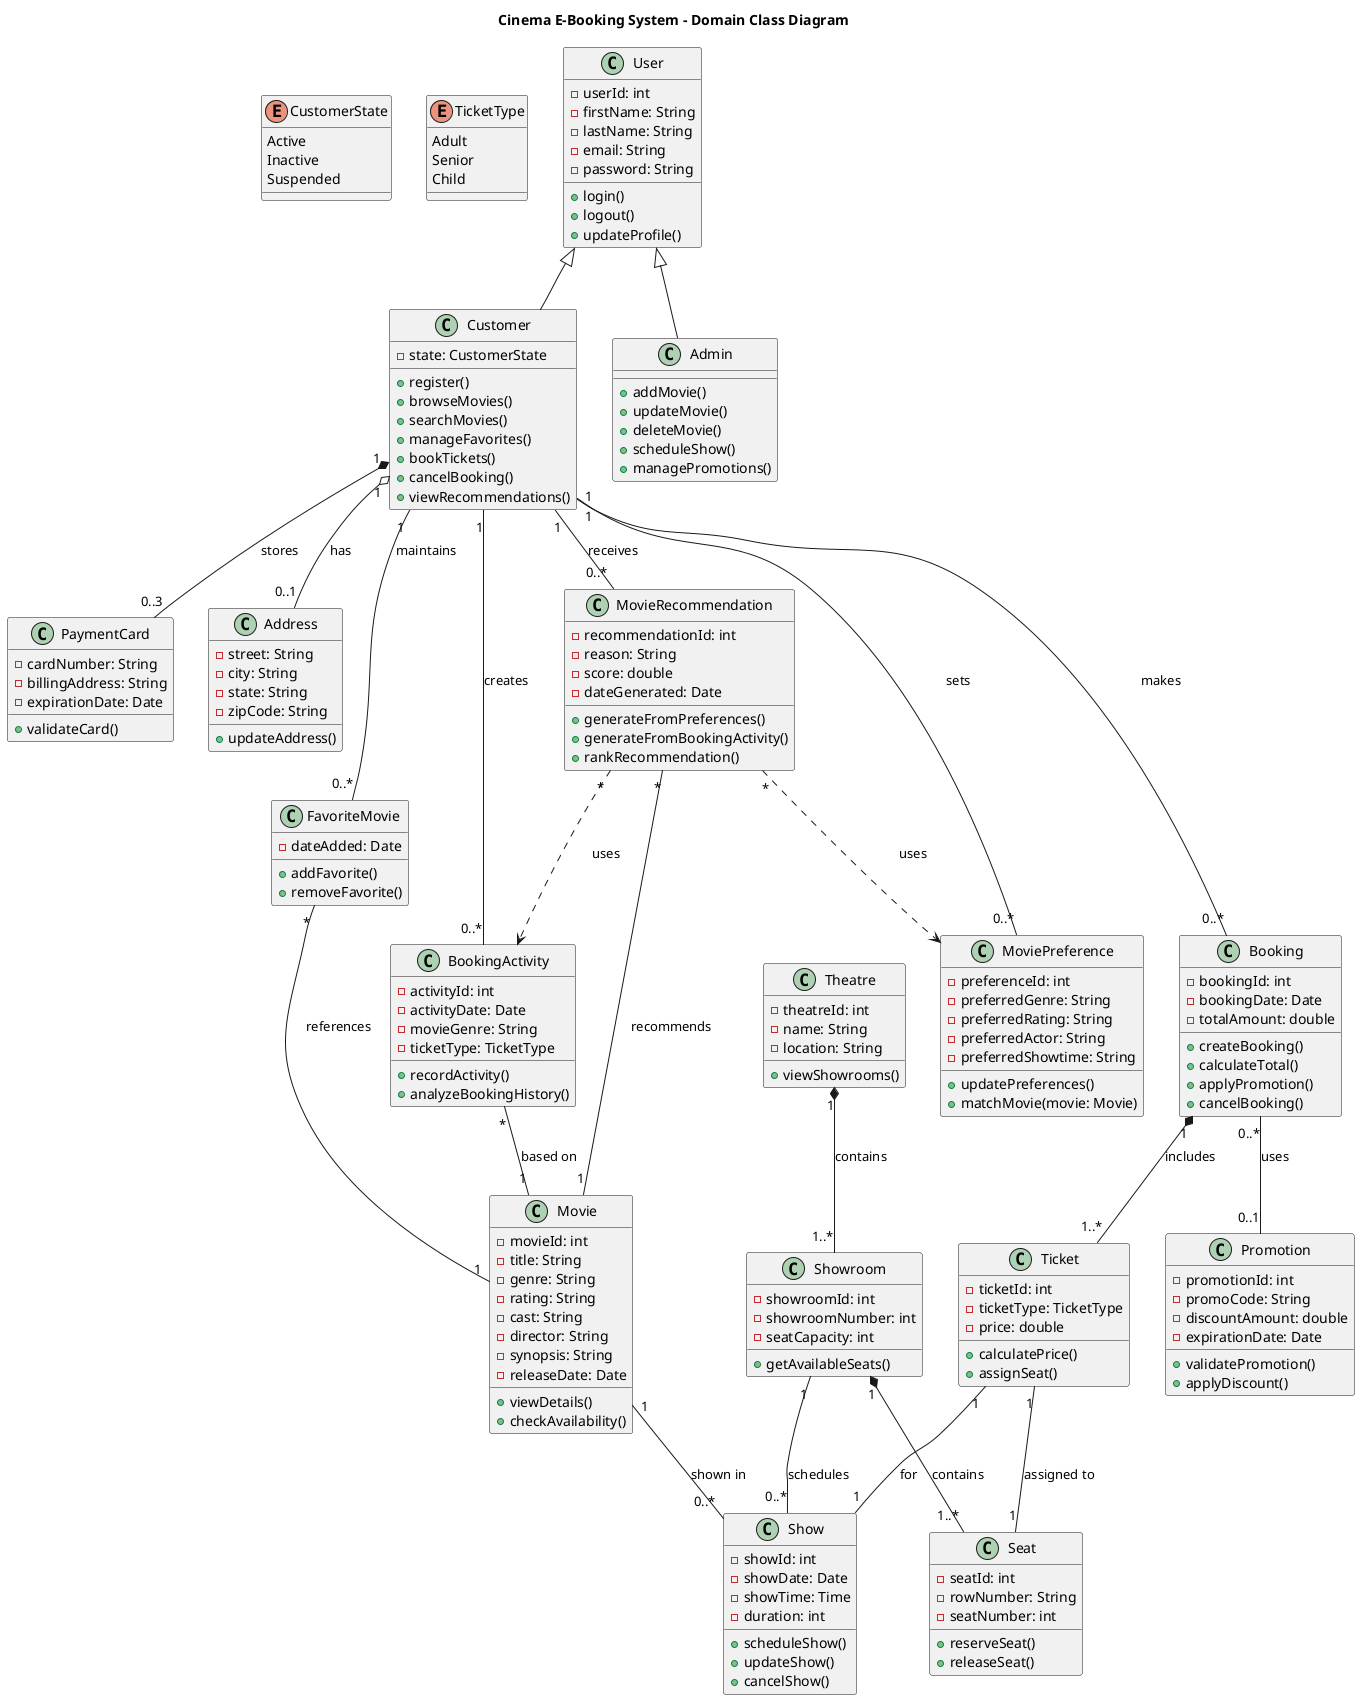
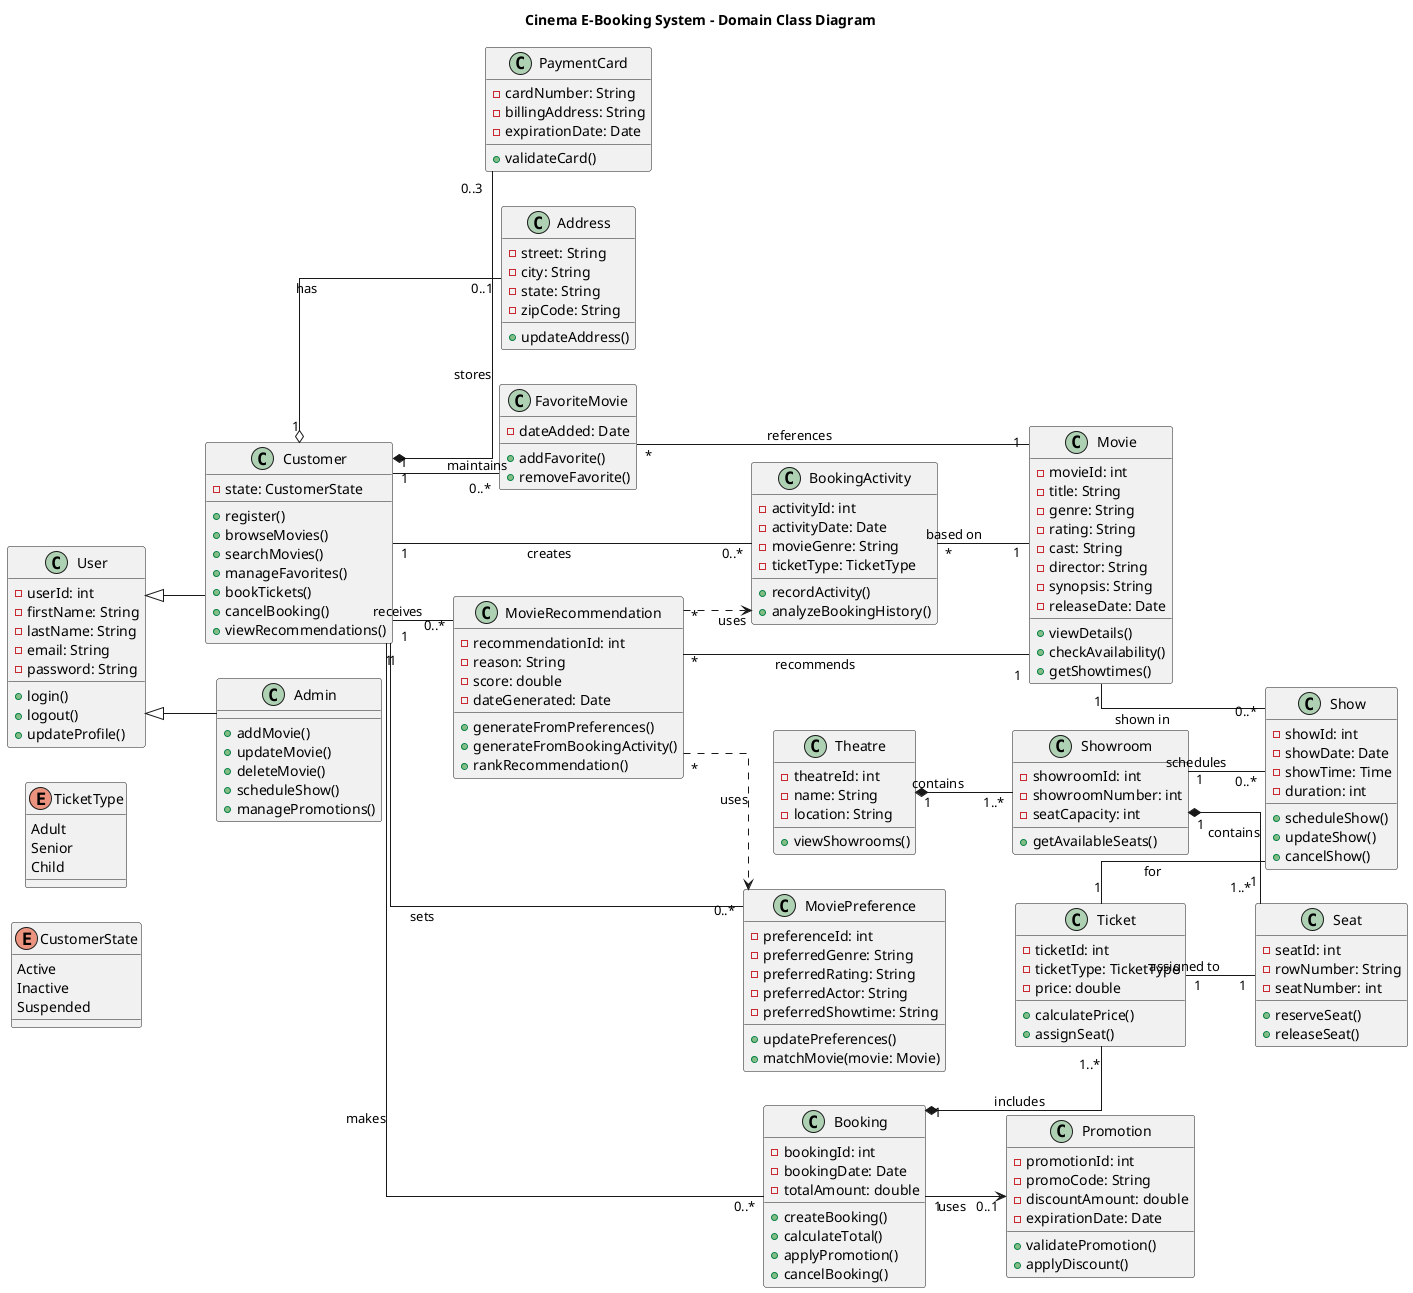
@startuml
title Cinema E-Booking System - Domain Class Diagram
+ 
+ left to right direction
+ skinparam linetype ortho

enum CustomerState {
  Active
  Inactive
  Suspended
}

enum TicketType {
  Adult
  Senior
  Child
}

class User {
  - userId: int
  - firstName: String
  - lastName: String
  - email: String
  - password: String
  + login()
  + logout()
  + updateProfile()
}

class Customer {
  - state: CustomerState
  + register()
  + browseMovies()
  + searchMovies()
  + manageFavorites()
  + bookTickets()
  + cancelBooking()
  + viewRecommendations()
}

class Admin {
  + addMovie()
  + updateMovie()
  + deleteMovie()
  + scheduleShow()
  + managePromotions()
}

User <|-- Customer
User <|-- Admin

class PaymentCard {
  - cardNumber: String
  - billingAddress: String
  - expirationDate: Date
  + validateCard()
}

class Address {
  - street: String
  - city: String
  - state: String
  - zipCode: String
  + updateAddress()
}

Customer "1" *-- "0..3" PaymentCard : stores
Customer "1" o-- "0..1" Address : has

class Movie {
  - movieId: int
  - title: String
  - genre: String
  - rating: String
  - cast: String
  - director: String
  - synopsis: String
  - releaseDate: Date
  + viewDetails()
  + checkAvailability()
+   + getShowtimes()
}

class FavoriteMovie {
  - dateAdded: Date
  + addFavorite()
  + removeFavorite()
}
+ 
+ Customer "1" -- "0..*" FavoriteMovie : maintains
+ FavoriteMovie "*" -- "1" Movie : references

class MoviePreference {
  - preferenceId: int
  - preferredGenre: String
  - preferredRating: String
  - preferredActor: String
  - preferredShowtime: String
  + updatePreferences()
  + matchMovie(movie: Movie)
}

class BookingActivity {
  - activityId: int
  - activityDate: Date
  - movieGenre: String
  - ticketType: TicketType
  + recordActivity()
  + analyzeBookingHistory()
}

class MovieRecommendation {
  - recommendationId: int
  - reason: String
  - score: double
  - dateGenerated: Date
  + generateFromPreferences()
  + generateFromBookingActivity()
  + rankRecommendation()
}

- Customer "1" -- "0..*" FavoriteMovie : maintains
- FavoriteMovie "*" -- "1" Movie : references
- 
Customer "1" -- "0..*" MoviePreference : sets
Customer "1" -- "0..*" BookingActivity : creates
+ Customer "1" -- "0..*" MovieRecommendation : receives
+ 
BookingActivity "*" -- "1" Movie : based on
- Customer "1" -- "0..*" MovieRecommendation : receives
MovieRecommendation "*" -- "1" Movie : recommends
MovieRecommendation "*" ..> MoviePreference : uses
MovieRecommendation "*" ..> BookingActivity : uses

class Theatre {
  - theatreId: int
  - name: String
  - location: String
  + viewShowrooms()
}

class Showroom {
  - showroomId: int
  - showroomNumber: int
  - seatCapacity: int
  + getAvailableSeats()
}

class Seat {
  - seatId: int
  - rowNumber: String
  - seatNumber: int
  + reserveSeat()
  + releaseSeat()
}

Theatre "1" *-- "1..*" Showroom : contains
Showroom "1" *-- "1..*" Seat : contains

class Show {
  - showId: int
  - showDate: Date
  - showTime: Time
  - duration: int
  + scheduleShow()
  + updateShow()
  + cancelShow()
}

+ Movie "1" -- "0..*" Show : shown in
+ Showroom "1" -- "0..*" Show : schedules
+ 
class Booking {
  - bookingId: int
  - bookingDate: Date
  - totalAmount: double
  + createBooking()
  + calculateTotal()
  + applyPromotion()
  + cancelBooking()
}

class Ticket {
  - ticketId: int
  - ticketType: TicketType
  - price: double
  + calculatePrice()
  + assignSeat()
}

class Promotion {
  - promotionId: int
  - promoCode: String
  - discountAmount: double
  - expirationDate: Date
  + validatePromotion()
  + applyDiscount()
}

- Showroom "1" -- "0..*" Show : schedules
- Movie "1" -- "0..*" Show : shown in
- 
Customer "1" -- "0..*" Booking : makes
Booking "1" *-- "1..*" Ticket : includes
+ Ticket "1" -- "1" Show : for
Ticket "1" -- "1" Seat : assigned to
- Ticket "1" -- "1" Show : for
- 
- Booking "0..*" -- "0..1" Promotion : uses
+ Booking "1" --> "0..1" Promotion : uses

@enduml
